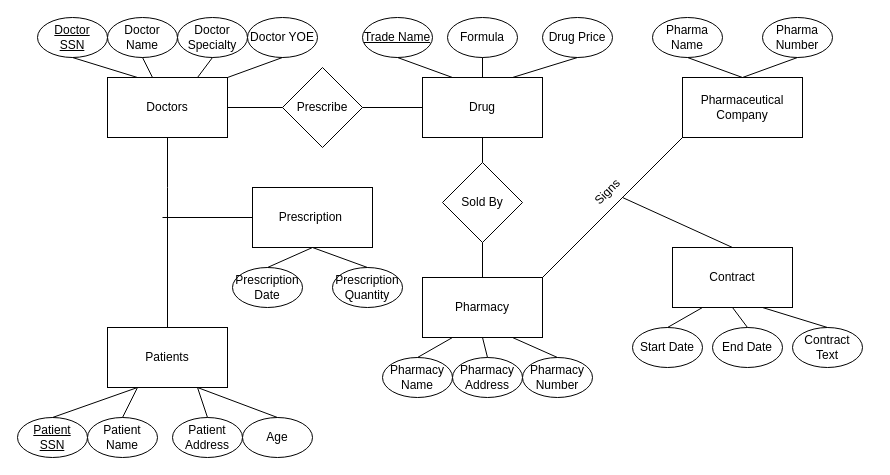
Above: Homework2.drawio in Swoopi/2022_0s_211 (draw.io), before the change. Source tidied: cells renumbered, new cells numbered last; positions are measured from the earlier drawing's top-left corner, leaving out a move shared by most shapes. Both pictures are drawn from the tidied source at 100%, with x=0, y=0 at pixel (17, 17).
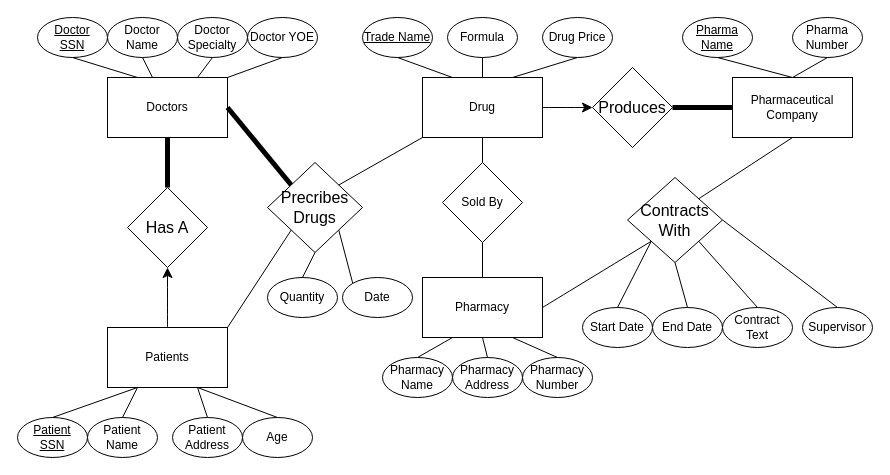
The same diagram, later.

The change refers to these unchanged cells:
```xml
<mxCell id="2" value="Patients" style="rounded=0;whiteSpace=wrap;html=1;" parent="1" vertex="1">
  <mxGeometry x="90" y="310" width="120" height="60" as="geometry" />
</mxCell>
<mxCell id="3" value="Doctors" style="rounded=0;whiteSpace=wrap;html=1;" parent="1" vertex="1">
  <mxGeometry x="90" y="60" width="120" height="60" as="geometry" />
</mxCell>
<mxCell id="4" value="Pharmacy" style="rounded=0;whiteSpace=wrap;html=1;" parent="1" vertex="1">
  <mxGeometry x="405" y="260" width="120" height="60" as="geometry" />
</mxCell>
<mxCell id="6" value="Drug" style="rounded=0;whiteSpace=wrap;html=1;" parent="1" vertex="1">
  <mxGeometry x="405" y="60" width="120" height="60" as="geometry" />
</mxCell>
```

What changed in the source:
```diff
@@
     <mxCell id="5" value="Pharmaceutical Company" style="rounded=0;whiteSpace=wrap;html=1;" parent="1" vertex="1">
-      <mxGeometry x="665" y="60" width="120" height="60" as="geometry" />
+      <mxGeometry x="715" y="60" width="120" height="60" as="geometry" />
     </mxCell>
@@
-    <mxCell id="15" value="Pharma Name" style="ellipse;whiteSpace=wrap;html=1;" parent="1" vertex="1">
-      <mxGeometry x="635" width="70" height="40" as="geometry" />
+    <mxCell id="15" value="&lt;u&gt;Pharma Name&lt;/u&gt;" style="ellipse;whiteSpace=wrap;html=1;" parent="1" vertex="1">
+      <mxGeometry x="665" width="70" height="40" as="geometry" />
     </mxCell>
     <mxCell id="16" value="Pharma Number" style="ellipse;whiteSpace=wrap;html=1;" parent="1" vertex="1">
-      <mxGeometry x="745" width="70" height="40" as="geometry" />
+      <mxGeometry x="775" width="70" height="40" as="geometry" />
     </mxCell>
@@
-    <mxCell id="23" value="Prescribe" style="rhombus;whiteSpace=wrap;html=1;" parent="1" vertex="1">
-      <mxGeometry x="265" y="50" width="80" height="80" as="geometry" />
-    </mxCell>
@@
-    <mxCell id="25" value="Prescription&amp;nbsp;" style="rounded=0;whiteSpace=wrap;html=1;" parent="1" vertex="1">
-      <mxGeometry x="235" y="170" width="120" height="60" as="geometry" />
-    </mxCell>
-    <mxCell id="26" value="Prescription Date" style="ellipse;whiteSpace=wrap;html=1;" parent="1" vertex="1">
-      <mxGeometry x="215" y="250" width="70" height="40" as="geometry" />
+    <mxCell id="26" value="Date" style="ellipse;whiteSpace=wrap;html=1;" parent="1" vertex="1">
+      <mxGeometry x="325" y="260" width="70" height="40" as="geometry" />
     </mxCell>
-    <mxCell id="27" value="Prescription Quantity" style="ellipse;whiteSpace=wrap;html=1;" parent="1" vertex="1">
-      <mxGeometry x="315" y="250" width="70" height="40" as="geometry" />
+    <mxCell id="27" value="Quantity" style="ellipse;whiteSpace=wrap;html=1;" parent="1" vertex="1">
+      <mxGeometry x="250" y="260" width="70" height="40" as="geometry" />
     </mxCell>
@@
-    <mxCell id="29" style="endArrow=none;html=1;rounded=0;exitX=0.5;exitY=0;exitDx=0;exitDy=0;" parent="1" edge="1" source="2">
+    <mxCell id="29" style="endArrow=none;html=1;rounded=0;exitX=0.5;exitY=0;exitDx=0;exitDy=0;" parent="1" edge="1" source="64">
       <mxGeometry relative="1" as="geometry">
         <mxPoint x="150" y="170" as="targetPoint" />
       </mxGeometry>
     </mxCell>
@@
-    <mxCell id="31" style="endArrow=none;html=1;rounded=0;entryX=0.5;entryY=1;entryDx=0;entryDy=0;exitX=0.5;exitY=0;exitDx=0;exitDy=0;" parent="1" edge="1" target="3">
-      <mxGeometry relative="1" as="geometry">
-        <mxPoint x="150" y="170" as="sourcePoint" />
-      </mxGeometry>
-    </mxCell>
-    <mxCell id="32" style="endArrow=none;html=1;rounded=0;entryX=1;entryY=0.5;entryDx=0;entryDy=0;exitX=0;exitY=0.5;exitDx=0;exitDy=0;" parent="1" edge="1" source="23" target="3">
+    <mxCell id="32" style="endArrow=none;html=1;rounded=0;entryX=1;entryY=0.5;entryDx=0;entryDy=0;exitX=0;exitY=0;exitDx=0;exitDy=0;strokeWidth=5;" parent="1" edge="1" source="66" target="3">
       <mxGeometry relative="1" as="geometry" />
     </mxCell>
-    <mxCell id="33" style="endArrow=none;html=1;rounded=0;entryX=1;entryY=0.5;entryDx=0;entryDy=0;exitX=0;exitY=0.5;exitDx=0;exitDy=0;" parent="1" edge="1" source="6" target="23">
-      <mxGeometry relative="1" as="geometry" />
-    </mxCell>
-    <mxCell id="34" value="Contract" style="rounded=0;whiteSpace=wrap;html=1;" parent="1" vertex="1">
-      <mxGeometry x="655" y="230" width="120" height="60" as="geometry" />
-    </mxCell>
-    <mxCell id="35" style="endArrow=none;html=1;rounded=0;exitX=1;exitY=0;exitDx=0;exitDy=0;entryX=0;entryY=1;entryDx=0;entryDy=0;" parent="1" edge="1" source="4" target="5">
-      <mxGeometry relative="1" as="geometry" />
-    </mxCell>
-    <mxCell id="36" style="endArrow=none;html=1;rounded=0;" parent="1" edge="1">
-      <mxGeometry relative="1" as="geometry">
-        <mxPoint x="235" y="200" as="sourcePoint" />
-        <mxPoint x="145" y="200" as="targetPoint" />
-      </mxGeometry>
-    </mxCell>
-    <mxCell id="37" style="endArrow=none;html=1;rounded=0;exitX=0.5;exitY=0;exitDx=0;exitDy=0;" parent="1" edge="1" source="34">
-      <mxGeometry relative="1" as="geometry">
-        <mxPoint x="605" y="180" as="targetPoint" />
-      </mxGeometry>
-    </mxCell>
-    <mxCell id="38" value="Signs" style="text;html=1;align=center;verticalAlign=middle;strokeColor=none;fillColor=none;rotation=-45;" parent="1" vertex="1">
-      <mxGeometry x="565" y="160" width="50" height="30" as="geometry" />
-    </mxCell>
@@
-    <mxCell id="52" style="endArrow=none;html=1;rounded=0;entryX=0.5;entryY=1;entryDx=0;entryDy=0;exitX=0.5;exitY=0;exitDx=0;exitDy=0;" parent="1" edge="1" source="26" target="25">
-      <mxGeometry relative="1" as="geometry" />
-    </mxCell>
-    <mxCell id="53" style="endArrow=none;html=1;rounded=0;entryX=0.5;entryY=1;entryDx=0;entryDy=0;exitX=0.5;exitY=0;exitDx=0;exitDy=0;" parent="1" edge="1" source="27" target="25">
+    <mxCell id="53" style="endArrow=none;html=1;rounded=0;entryX=0.5;entryY=1;entryDx=0;entryDy=0;exitX=0.5;exitY=0;exitDx=0;exitDy=0;" parent="1" edge="1" source="27" target="66">
       <mxGeometry relative="1" as="geometry" />
     </mxCell>
@@
     <mxCell id="57" value="Contract Text" style="ellipse;whiteSpace=wrap;html=1;" parent="1" vertex="1">
-      <mxGeometry x="775" y="310" width="70" height="40" as="geometry" />
+      <mxGeometry x="705" y="290" width="70" height="40" as="geometry" />
     </mxCell>
     <mxCell id="58" value="End Date" style="ellipse;whiteSpace=wrap;html=1;" parent="1" vertex="1">
-      <mxGeometry x="695" y="310" width="70" height="40" as="geometry" />
+      <mxGeometry x="635" y="290" width="70" height="40" as="geometry" />
     </mxCell>
     <mxCell id="59" value="Start Date" style="ellipse;whiteSpace=wrap;html=1;" parent="1" vertex="1">
-      <mxGeometry x="615" y="310" width="70" height="40" as="geometry" />
+      <mxGeometry x="565" y="290" width="70" height="40" as="geometry" />
     </mxCell>
-    <mxCell id="60" style="endArrow=none;html=1;rounded=0;entryX=0.25;entryY=1;entryDx=0;entryDy=0;exitX=0.5;exitY=0;exitDx=0;exitDy=0;" parent="1" edge="1" source="59" target="34">
+    <mxCell id="60" style="endArrow=none;html=1;rounded=0;entryX=0;entryY=1;entryDx=0;entryDy=0;exitX=0.5;exitY=0;exitDx=0;exitDy=0;" parent="1" edge="1" source="59" target="70">
       <mxGeometry relative="1" as="geometry" />
     </mxCell>
-    <mxCell id="61" style="endArrow=none;html=1;rounded=0;entryX=0.5;entryY=1;entryDx=0;entryDy=0;exitX=0.5;exitY=0;exitDx=0;exitDy=0;" parent="1" edge="1" source="58" target="34">
+    <mxCell id="61" style="endArrow=none;html=1;rounded=0;entryX=0.5;entryY=1;entryDx=0;entryDy=0;exitX=0.5;exitY=0;exitDx=0;exitDy=0;" parent="1" edge="1" source="58" target="70">
       <mxGeometry relative="1" as="geometry" />
     </mxCell>
-    <mxCell id="62" style="endArrow=none;html=1;rounded=0;entryX=0.75;entryY=1;entryDx=0;entryDy=0;exitX=0.5;exitY=0;exitDx=0;exitDy=0;" parent="1" edge="1" source="57" target="34">
+    <mxCell id="62" style="endArrow=none;html=1;rounded=0;entryX=1;entryY=1;entryDx=0;entryDy=0;exitX=0.5;exitY=0;exitDx=0;exitDy=0;" parent="1" edge="1" source="57" target="70">
       <mxGeometry relative="1" as="geometry" />
     </mxCell>
+    <mxCell id="63" style="endArrow=none;html=1;rounded=0;fontStyle=1;strokeWidth=5;entryX=0.5;entryY=1;entryDx=0;entryDy=0;" parent="1" edge="1" source="64" target="3">
+      <mxGeometry relative="1" as="geometry" />
+    </mxCell>
+    <mxCell id="64" value="Has A" style="rhombus;whiteSpace=wrap;html=1;fontSize=16;" parent="1" vertex="1">
+      <mxGeometry x="110" y="170" width="80" height="80" as="geometry" />
+    </mxCell>
+    <mxCell id="65" style="endArrow=none;html=1;rounded=0;entryX=0;entryY=0;entryDx=0;entryDy=0;exitX=1;exitY=1;exitDx=0;exitDy=0;" parent="1" edge="1" source="66" target="26">
+      <mxGeometry relative="1" as="geometry" />
+    </mxCell>
+    <mxCell id="66" value="Precribes Drugs" style="rhombus;whiteSpace=wrap;html=1;fontSize=16;" parent="1" vertex="1">
+      <mxGeometry x="250" y="145" width="95" height="90" as="geometry" />
+    </mxCell>
+    <mxCell id="67" style="endArrow=none;html=1;rounded=0;exitX=1;exitY=0;exitDx=0;exitDy=0;entryX=0;entryY=1;entryDx=0;entryDy=0;" parent="1" edge="1" source="2" target="66">
+      <mxGeometry relative="1" as="geometry" />
+    </mxCell>
+    <mxCell id="68" style="endArrow=none;html=1;rounded=0;exitX=0;exitY=1;exitDx=0;exitDy=0;entryX=1;entryY=0;entryDx=0;entryDy=0;" parent="1" edge="1" source="6" target="66">
+      <mxGeometry relative="1" as="geometry" />
+    </mxCell>
+    <mxCell id="69" value="Produces" style="rhombus;whiteSpace=wrap;html=1;fontSize=16;" parent="1" vertex="1">
+      <mxGeometry x="575" y="50" width="80" height="80" as="geometry" />
+    </mxCell>
+    <mxCell id="70" value="Contracts With" style="rhombus;whiteSpace=wrap;html=1;fontSize=16;" parent="1" vertex="1">
+      <mxGeometry x="610" y="160" width="95" height="85" as="geometry" />
+    </mxCell>
+    <mxCell id="71" style="endArrow=none;html=1;rounded=0;fontSize=12;startSize=8;endSize=8;curved=1;exitX=1;exitY=0.5;exitDx=0;exitDy=0;entryX=0;entryY=1;entryDx=0;entryDy=0;" parent="1" edge="1" source="4" target="70">
+      <mxGeometry relative="1" as="geometry" />
+    </mxCell>
+    <mxCell id="72" style="endArrow=none;html=1;rounded=0;fontSize=12;startSize=8;endSize=8;curved=1;exitX=1;exitY=0;exitDx=0;exitDy=0;entryX=0.5;entryY=1;entryDx=0;entryDy=0;" parent="1" edge="1" source="70" target="5">
+      <mxGeometry relative="1" as="geometry" />
+    </mxCell>
+    <mxCell id="73" style="endArrow=none;html=1;rounded=0;entryX=1;entryY=0.5;entryDx=0;entryDy=0;exitX=0.5;exitY=0;exitDx=0;exitDy=0;" parent="1" edge="1" source="74" target="70">
+      <mxGeometry relative="1" as="geometry" />
+    </mxCell>
+    <mxCell id="74" value="Supervisor" style="ellipse;whiteSpace=wrap;html=1;" parent="1" vertex="1">
+      <mxGeometry x="785" y="290" width="70" height="40" as="geometry" />
+    </mxCell>
+    <mxCell id="75" style="endArrow=classic;html=1;rounded=0;fontSize=12;startSize=8;endSize=8;curved=1;entryX=0.5;entryY=1;entryDx=0;entryDy=0;exitX=0.5;exitY=0;exitDx=0;exitDy=0;" parent="1" edge="1" source="2" target="64">
+      <mxGeometry relative="1" as="geometry" />
+    </mxCell>
+    <mxCell id="76" style="endArrow=classic;html=1;rounded=0;fontSize=12;startSize=8;endSize=8;curved=1;exitX=1;exitY=0.5;exitDx=0;exitDy=0;entryX=0;entryY=0.5;entryDx=0;entryDy=0;" parent="1" edge="1" source="6" target="69">
+      <mxGeometry relative="1" as="geometry" />
+    </mxCell>
+    <mxCell id="77" style="endArrow=none;html=1;rounded=0;fontSize=12;startSize=8;endSize=8;curved=1;exitX=1;exitY=0.5;exitDx=0;exitDy=0;strokeWidth=5;" parent="1" edge="1" source="69" target="5">
+      <mxGeometry relative="1" as="geometry" />
+    </mxCell>
```
